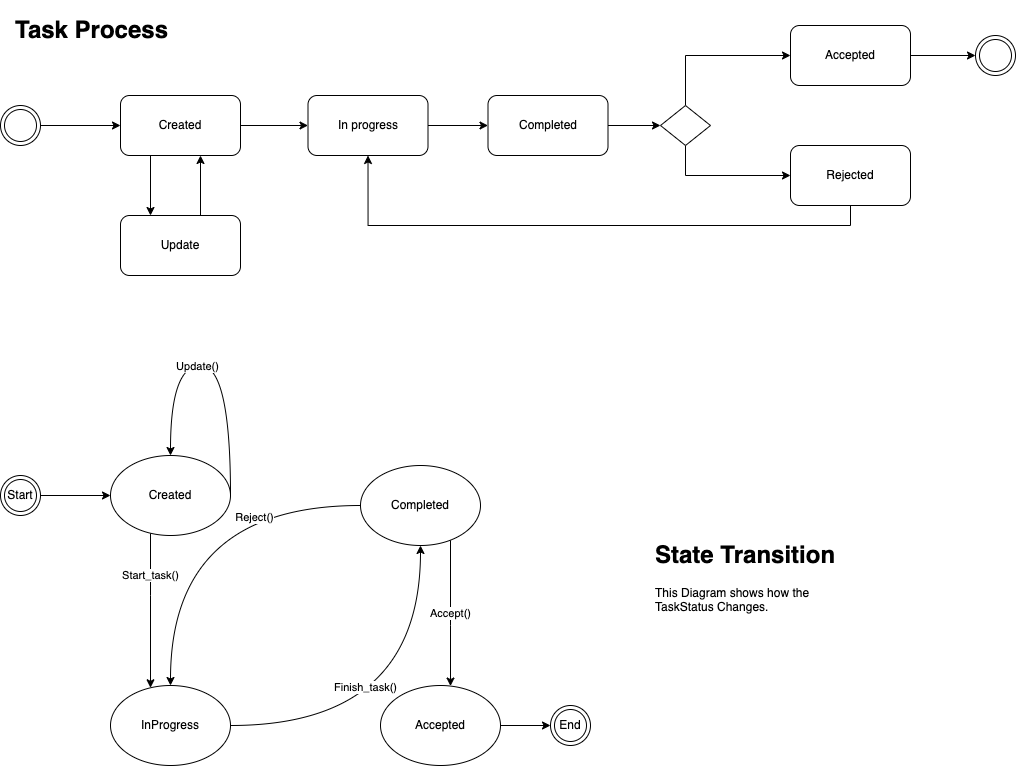
This is designs/architecture/ProcessDesign.drawio.png from UniversalDot/documents, a draw.io export, as it was before one commit. Source tidied: cells renumbered, new cells last; positions are measured from the earlier drawing's top-left corner, leaving out a move shared by most shapes.
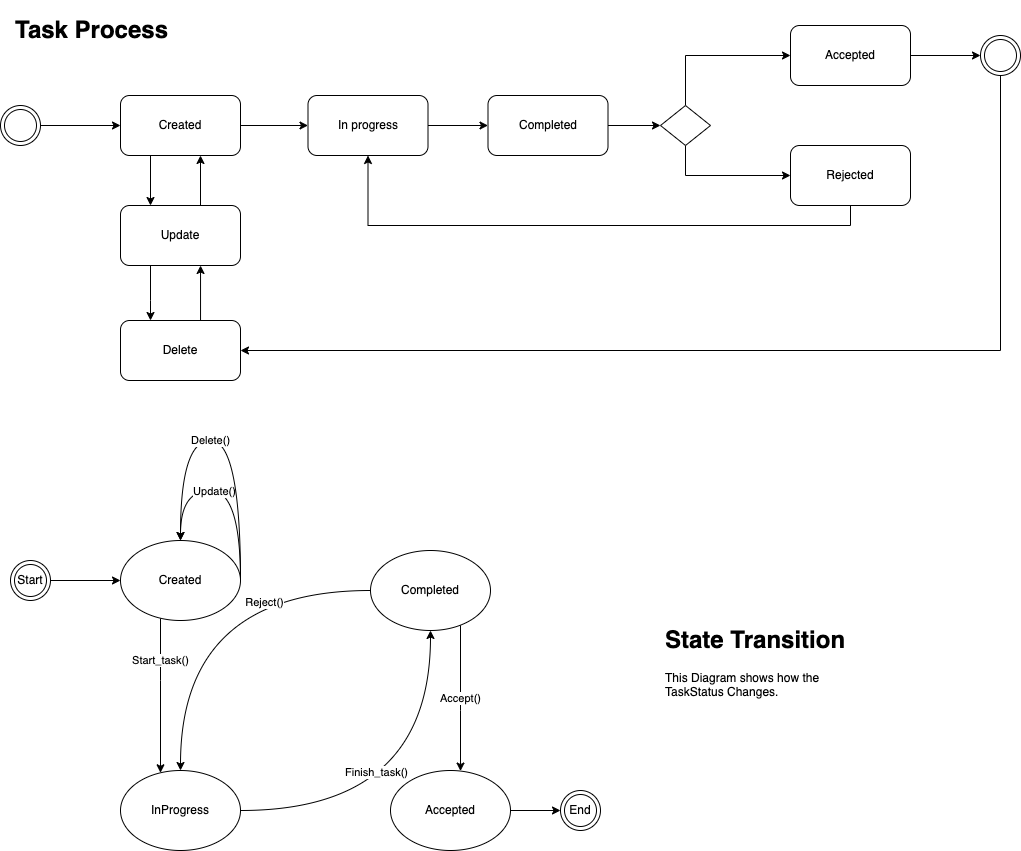
The same diagram one commit later.

What changed in the source:
```diff
@@ -6,12 +6,12 @@
       <mxGeometry relative="1" as="geometry" />
     </mxCell>
     <mxCell id="3" style="ellipse;shape=doubleEllipse;whiteSpace=wrap;html=1;" parent="1" vertex="1">
-      <mxGeometry y="95" width="40" height="40" as="geometry" />
+      <mxGeometry x="-10" y="10" width="40" height="40" as="geometry" />
     </mxCell>
     <mxCell id="4" style="edgeStyle=orthogonalEdgeStyle;curved=1;rounded=0;jettySize=auto;html=1;" parent="1" edge="1" source="6" target="8">
       <mxGeometry relative="1" as="geometry">
         <Array as="points">
-          <mxPoint x="160" y="115" />
+          <mxPoint x="150" y="30" />
         </Array>
       </mxGeometry>
     </mxCell>
@@ -19,33 +19,40 @@
       <mxGeometry relative="1" as="geometry" />
     </mxCell>
     <mxCell id="6" value="Created" style="rounded=1;whiteSpace=wrap;html=1;" parent="1" vertex="1">
-      <mxGeometry x="120" y="85" width="120" height="60" as="geometry" />
+      <mxGeometry x="110" width="120" height="60" as="geometry" />
     </mxCell>
     <mxCell id="7" style="edgeStyle=none;rounded=0;jettySize=auto;html=1;" parent="1" edge="1" source="8" target="10">
       <mxGeometry relative="1" as="geometry" />
     </mxCell>
     <mxCell id="8" value="In progress" style="rounded=1;whiteSpace=wrap;html=1;" parent="1" vertex="1">
-      <mxGeometry x="307.5" y="85" width="120" height="60" as="geometry" />
+      <mxGeometry x="297.5" width="120" height="60" as="geometry" />
     </mxCell>
     <mxCell id="9" style="edgeStyle=orthogonalEdgeStyle;rounded=0;jettySize=auto;html=1;entryX=0;entryY=0.5;entryDx=0;entryDy=0;" parent="1" edge="1" source="10" target="16">
       <mxGeometry relative="1" as="geometry" />
     </mxCell>
     <mxCell id="10" value="Completed" style="rounded=1;whiteSpace=wrap;html=1;" parent="1" vertex="1">
-      <mxGeometry x="487.5" y="85" width="120" height="60" as="geometry" />
+      <mxGeometry x="477.5" width="120" height="60" as="geometry" />
     </mxCell>
+    <mxCell id="40" style="edgeStyle=orthogonalEdgeStyle;rounded=0;jettySize=auto;html=1;entryX=1;entryY=0.5;entryDx=0;entryDy=0;" parent="1" edge="1" source="11" target="44">
+      <mxGeometry relative="1" as="geometry">
+        <Array as="points">
+          <mxPoint x="990" y="255" />
+        </Array>
+      </mxGeometry>
+    </mxCell>
     <mxCell id="11" style="ellipse;shape=doubleEllipse;whiteSpace=wrap;html=1;" parent="1" vertex="1">
-      <mxGeometry x="975" y="25" width="40" height="40" as="geometry" />
+      <mxGeometry x="970" y="-60" width="40" height="40" as="geometry" />
     </mxCell>
     <mxCell id="12" style="edgeStyle=orthogonalEdgeStyle;rounded=0;jettySize=auto;html=1;entryX=0;entryY=0.5;entryDx=0;entryDy=0;" parent="1" edge="1" source="13" target="11">
       <mxGeometry relative="1" as="geometry" />
     </mxCell>
     <mxCell id="13" value="Accepted" style="rounded=1;whiteSpace=wrap;html=1;" parent="1" vertex="1">
-      <mxGeometry x="790" y="15" width="120" height="60" as="geometry" />
+      <mxGeometry x="780" y="-70" width="120" height="60" as="geometry" />
     </mxCell>
     <mxCell id="14" style="edgeStyle=orthogonalEdgeStyle;rounded=0;jettySize=auto;html=1;entryX=0;entryY=0.5;entryDx=0;entryDy=0;" parent="1" edge="1" source="16" target="13">
       <mxGeometry relative="1" as="geometry">
         <Array as="points">
-          <mxPoint x="685" y="45" />
+          <mxPoint x="675" y="-40" />
         </Array>
       </mxGeometry>
     </mxCell>
@@ -53,32 +60,40 @@
       <mxGeometry relative="1" as="geometry" />
     </mxCell>
     <mxCell id="16" style="rhombus;whiteSpace=wrap;html=1;" parent="1" vertex="1">
-      <mxGeometry x="660" y="95" width="50" height="40" as="geometry" />
+      <mxGeometry x="650" y="10" width="50" height="40" as="geometry" />
     </mxCell>
     <mxCell id="17" style="edgeStyle=orthogonalEdgeStyle;rounded=0;jettySize=auto;html=1;entryX=0.5;entryY=1;entryDx=0;entryDy=0;" parent="1" edge="1" source="18" target="8">
       <mxGeometry relative="1" as="geometry">
         <Array as="points">
-          <mxPoint x="850" y="215" />
-          <mxPoint x="368" y="215" />
+          <mxPoint x="840" y="130" />
+          <mxPoint x="358" y="130" />
         </Array>
       </mxGeometry>
     </mxCell>
     <mxCell id="18" value="Rejected" style="rounded=1;whiteSpace=wrap;html=1;" parent="1" vertex="1">
-      <mxGeometry x="790" y="135" width="120" height="60" as="geometry" />
+      <mxGeometry x="780" y="50" width="120" height="60" as="geometry" />
     </mxCell>
     <mxCell id="19" style="edgeStyle=orthogonalEdgeStyle;rounded=0;jettySize=auto;html=1;" parent="1" edge="1" source="20">
       <mxGeometry relative="1" as="geometry">
-        <mxPoint x="200" y="145" as="targetPoint" />
+        <mxPoint x="190" y="60" as="targetPoint" />
         <Array as="points">
-          <mxPoint x="200" y="145" />
+          <mxPoint x="190" y="60" />
         </Array>
       </mxGeometry>
     </mxCell>
+    <mxCell id="41" style="edgeStyle=orthogonalEdgeStyle;rounded=0;jettySize=auto;html=1;entryX=0.25;entryY=0;entryDx=0;entryDy=0;" parent="1" edge="1" source="20" target="44">
+      <mxGeometry relative="1" as="geometry">
+        <Array as="points">
+          <mxPoint x="140" y="205" />
+          <mxPoint x="140" y="205" />
+        </Array>
+      </mxGeometry>
+    </mxCell>
     <mxCell id="20" value="Update" style="rounded=1;whiteSpace=wrap;html=1;" parent="1" vertex="1">
-      <mxGeometry x="120" y="205" width="120" height="60" as="geometry" />
+      <mxGeometry x="110" y="110" width="120" height="60" as="geometry" />
     </mxCell>
     <mxCell id="21" value="&lt;h1&gt;Task Process&lt;/h1&gt;&lt;p&gt;&lt;br&gt;&lt;/p&gt;&lt;p&gt;&lt;br&gt;&lt;/p&gt;" style="text;html=1;strokeColor=none;fillColor=none;spacing=5;spacingTop=-20;whiteSpace=wrap;overflow=hidden;rounded=0;" parent="1" vertex="1">
-      <mxGeometry x="10" width="190" height="90" as="geometry" />
+      <mxGeometry y="-85" width="190" height="90" as="geometry" />
     </mxCell>
     <mxCell id="22" value="&lt;h1&gt;State Transition&lt;/h1&gt;&lt;p&gt;This Diagram shows how the TaskStatus Changes.&lt;/p&gt;&lt;p&gt;&lt;br&gt;&lt;/p&gt;" style="text;html=1;strokeColor=none;fillColor=none;spacing=5;spacingTop=-20;whiteSpace=wrap;overflow=hidden;rounded=0;" parent="1" vertex="1">
       <mxGeometry x="650" y="525" width="190" height="120" as="geometry" />
@@ -137,8 +152,8 @@
     <mxCell id="36" style="edgeStyle=orthogonalEdgeStyle;curved=1;orthogonalLoop=1;jettySize=auto;html=1;entryX=0.5;entryY=0;entryDx=0;entryDy=0;exitX=1;exitY=0.5;exitDx=0;exitDy=0;" parent="1" edge="1" source="24" target="24">
       <mxGeometry relative="1" as="geometry">
         <Array as="points">
-          <mxPoint x="230" y="355" />
-          <mxPoint x="170" y="355" />
+          <mxPoint x="230" y="395" />
+          <mxPoint x="170" y="395" />
         </Array>
       </mxGeometry>
     </mxCell>
@@ -151,5 +166,20 @@
     <mxCell id="39" style="edgeStyle=orthogonalEdgeStyle;curved=1;orthogonalLoop=1;jettySize=auto;html=1;exitX=0.5;exitY=1;exitDx=0;exitDy=0;" parent="1" edge="1" source="21" target="21">
       <mxGeometry relative="1" as="geometry" />
     </mxCell>
+    <mxCell id="42" value="Delete()" style="edgeStyle=orthogonalEdgeStyle;rounded=0;jettySize=auto;html=1;curved=1;" parent="1" edge="1" target="24">
+      <mxGeometry x="0.13" relative="1" as="geometry">
+        <mxPoint x="230" y="485" as="sourcePoint" />
+        <Array as="points">
+          <mxPoint x="230" y="345" />
+          <mxPoint x="170" y="345" />
+        </Array>
+      </mxGeometry>
+    </mxCell>
+    <mxCell id="43" style="edgeStyle=orthogonalEdgeStyle;rounded=0;jettySize=auto;html=1;entryX=0.667;entryY=1;entryDx=0;entryDy=0;entryPerimeter=0;exitX=0.667;exitY=0.017;exitDx=0;exitDy=0;exitPerimeter=0;" parent="1" edge="1" source="44" target="20">
+      <mxGeometry relative="1" as="geometry" />
+    </mxCell>
+    <mxCell id="44" value="Delete" style="rounded=1;whiteSpace=wrap;html=1;" parent="1" vertex="1">
+      <mxGeometry x="110" y="225" width="120" height="60" as="geometry" />
+    </mxCell>
   </root>
 </mxGraphModel>
```
